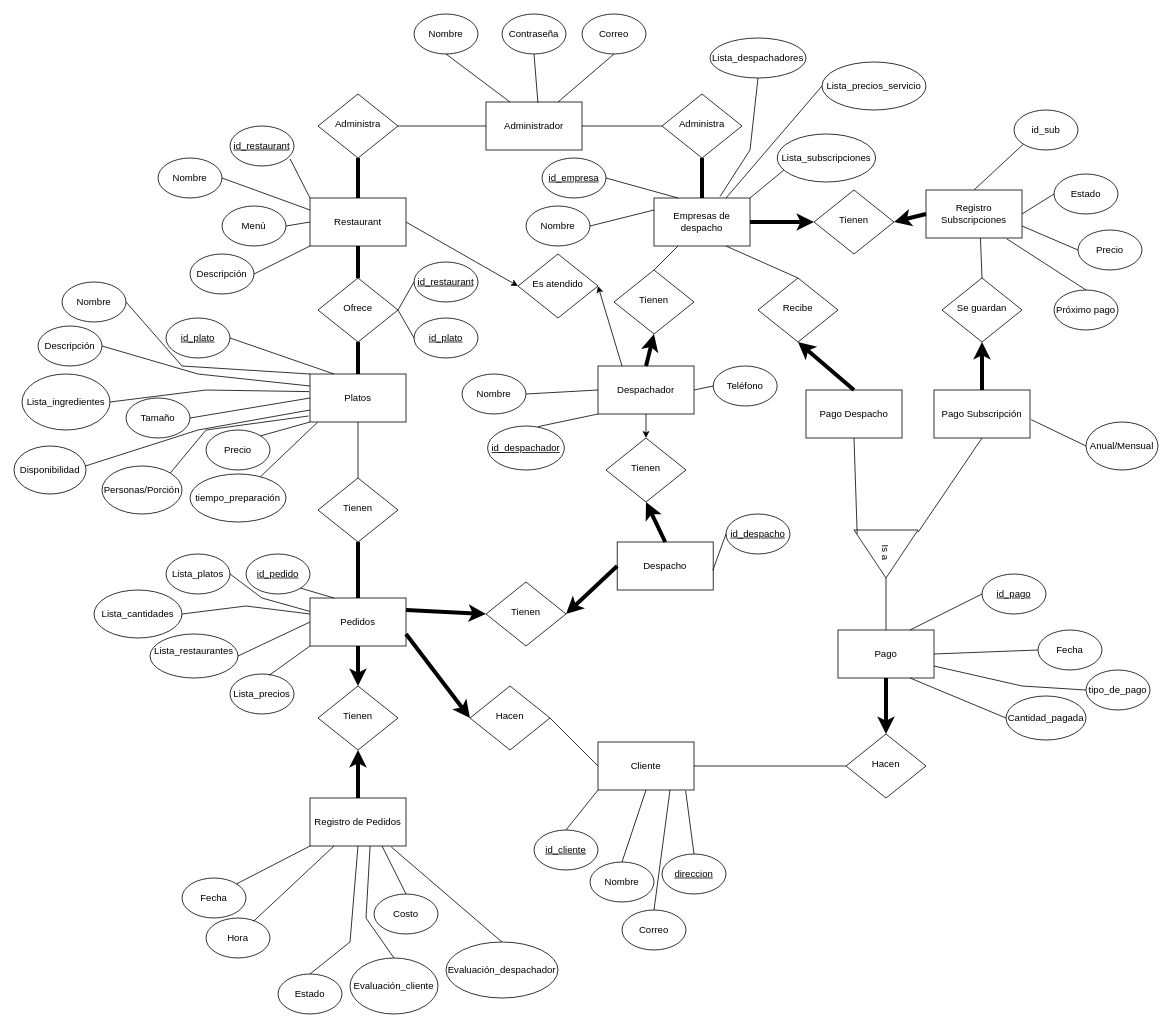
Above: Diagrama E/R BDD.drawio in jialonsoc/Proograma1 (draw.io), before the change. Source tidied: cells renumbered, new cells numbered last; positions are measured from the earlier drawing's top-left corner, leaving out a move shared by most shapes. Both pictures are drawn from the tidied source at 80%, with x=0, y=0 at pixel (14, 14).
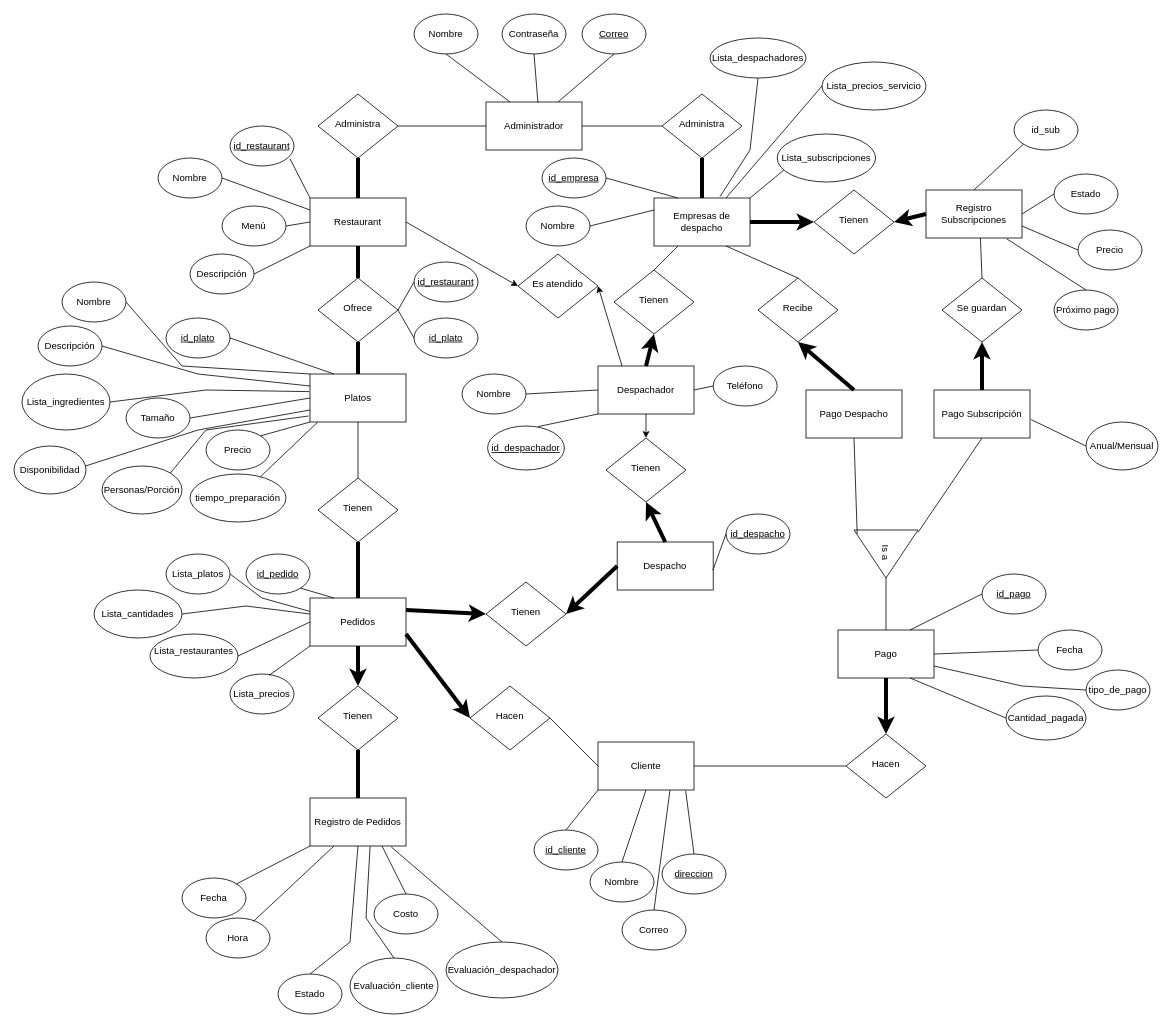
After the change.

Unchanged cells that the change refers to:
```xml
<mxCell id="14" value="Registro de Pedidos" style="rounded=0;whiteSpace=wrap;html=1;" parent="1" vertex="1">
  <mxGeometry x="370" y="980" width="120" height="60" as="geometry" />
</mxCell>
<mxCell id="20" value="Tienen" style="rhombus;whiteSpace=wrap;html=1;shadow=0;fontFamily=Helvetica;fontSize=12;align=center;strokeWidth=1;spacing=6;spacingTop=-4;" parent="1" vertex="1">
  <mxGeometry x="380" y="840" width="100" height="80" as="geometry" />
</mxCell>
```

Diff of the diagram source:
```diff
@@
-    <mxCell id="38" style="endArrow=classic;html=1;rounded=0;exitX=0.5;exitY=0;exitDx=0;exitDy=0;entryX=0.5;entryY=1;entryDx=0;entryDy=0;strokeWidth=5;" parent="1" edge="1" source="14" target="20">
-      <mxGeometry relative="1" as="geometry" />
-    </mxCell>
@@
-    <mxCell id="127" value="Correo" style="ellipse;whiteSpace=wrap;html=1;" parent="1" vertex="1">
+    <mxCell id="127" value="&lt;u&gt;Correo&lt;/u&gt;" style="ellipse;whiteSpace=wrap;html=1;" parent="1" vertex="1">
       <mxGeometry x="710" width="80" height="50" as="geometry" />
     </mxCell>
@@
+    <mxCell id="164" style="endArrow=none;html=1;rounded=0;exitX=0.5;exitY=1;exitDx=0;exitDy=0;strokeWidth=5;entryX=0.5;entryY=0;entryDx=0;entryDy=0;" parent="1" edge="1" source="20" target="14">
+      <mxGeometry relative="1" as="geometry" />
+    </mxCell>
```
